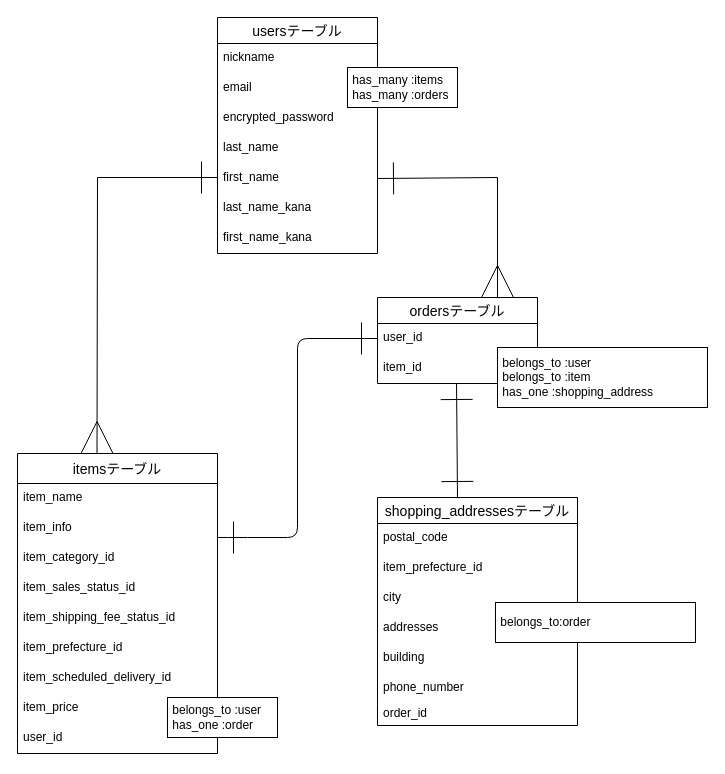
Earlier version of the draw.io diagram furima.dio (aki3100/furima-39009). Source tidied: cells renumbered, new cells numbered last; positions are measured from the earlier drawing's top-left corner, leaving out a move shared by most shapes. Both pictures are drawn from the tidied source at 100%, with x=0, y=0 at pixel (17, 17).
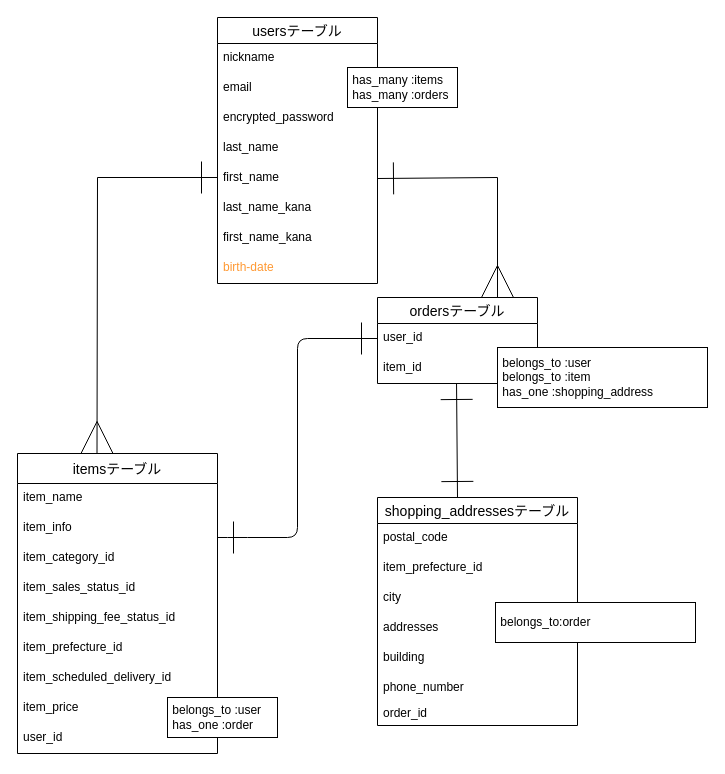
The same diagram, later.

What changed in the source:
```diff
@@
     <mxCell id="12" value="usersテーブル" style="swimlane;fontStyle=0;horizontal=1;startSize=26;align=center;fontSize=14;" parent="1" vertex="1">
-      <mxGeometry x="200" width="160" height="236" as="geometry" />
+      <mxGeometry x="200" width="160" height="266" as="geometry" />
     </mxCell>
@@
+    <mxCell id="39" value="birth-date" style="text;strokeColor=none;fillColor=none;spacingLeft=4;spacingRight=4;overflow=hidden;fontSize=12;fontColor=#FF9933;" parent="12" vertex="1">
+      <mxGeometry y="236" width="160" height="30" as="geometry" />
+    </mxCell>
```
